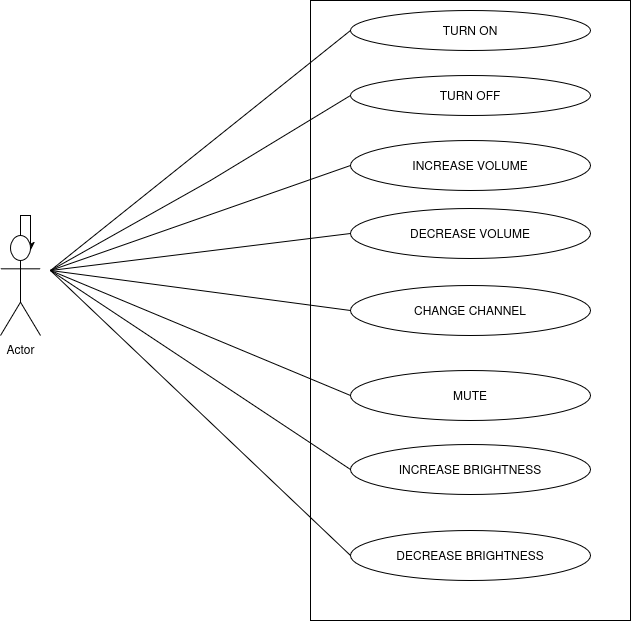
Earlier version of the draw.io export Television/Use case Diagram.drawio.png (davidseunoso-ops/Idea-Projects). Source tidied: cells renumbered, new cells last; positions are measured from the earlier drawing's top-left corner, leaving out a move shared by most shapes. The source it was exported from:
```xml
<mxGraphModel>
  <root>
    <mxCell id="0" />
    <mxCell id="1" parent="0" />
    <mxCell id="2" style="rounded=0;whiteSpace=wrap;html=1;" parent="1" vertex="1">
      <mxGeometry x="310" width="320" height="620" as="geometry" />
    </mxCell>
    <mxCell id="3" style="edgeStyle=orthogonalEdgeStyle;rounded=0;jettySize=auto;html=1;defaultLabelBackgroundColor=page;labelPadding=0 4;" parent="1" edge="1" source="4">
      <mxGeometry relative="1" as="geometry">
        <mxPoint x="30" y="250" as="targetPoint" />
      </mxGeometry>
    </mxCell>
    <mxCell id="4" value="Actor" style="shape=umlActor;verticalLabelPosition=bottom;verticalAlign=top;html=1;outlineConnect=0;labelPerimeter=1;" parent="1" vertex="1">
      <mxGeometry y="235" width="40" height="100" as="geometry" />
    </mxCell>
    <mxCell id="5" value="TURN ON" style="ellipse;whiteSpace=wrap;html=1;shapeInside=1;" parent="1" vertex="1">
      <mxGeometry x="350" y="10" width="240" height="40" as="geometry" />
    </mxCell>
    <mxCell id="6" value="TURN OFF" style="ellipse;whiteSpace=wrap;html=1;shapeInside=1;" parent="1" vertex="1">
      <mxGeometry x="350" y="75" width="240" height="40" as="geometry" />
    </mxCell>
    <mxCell id="7" value="INCREASE VOLUME" style="ellipse;whiteSpace=wrap;html=1;shapeInside=1;" parent="1" vertex="1">
      <mxGeometry x="350" y="140" width="240" height="50" as="geometry" />
    </mxCell>
    <mxCell id="8" value="DECREASE VOLUME" style="ellipse;whiteSpace=wrap;html=1;shapeInside=1;" parent="1" vertex="1">
      <mxGeometry x="350" y="208" width="240" height="50" as="geometry" />
    </mxCell>
    <mxCell id="9" value="CHANGE CHANNEL" style="ellipse;whiteSpace=wrap;html=1;shapeInside=1;" parent="1" vertex="1">
      <mxGeometry x="350" y="285" width="240" height="50" as="geometry" />
    </mxCell>
    <mxCell id="10" value="MUTE" style="ellipse;whiteSpace=wrap;html=1;shapeInside=1;" parent="1" vertex="1">
      <mxGeometry x="350" y="370" width="240" height="50" as="geometry" />
    </mxCell>
    <mxCell id="11" value="INCREASE BRIGHTNESS" style="ellipse;whiteSpace=wrap;html=1;shapeInside=1;" parent="1" vertex="1">
      <mxGeometry x="350" y="444" width="240" height="50" as="geometry" />
    </mxCell>
    <mxCell id="12" value="DECREASE BRIGHTNESS" style="ellipse;whiteSpace=wrap;html=1;shapeInside=1;" parent="1" vertex="1">
      <mxGeometry x="350" y="530" width="240" height="50" as="geometry" />
    </mxCell>
    <mxCell id="13" style="edgeStyle=orthogonalEdgeStyle;rounded=0;orthogonalLoop=1;jettySize=auto;html=1;innerLoopWaypoints=1;exitX=0.5;exitY=1;exitDx=0;exitDy=0;defaultLabelBackgroundColor=page;labelPadding=0 4;" parent="1" edge="1" source="10" target="10">
      <mxGeometry relative="1" as="geometry" />
    </mxCell>
    <mxCell id="14" style="endArrow=none;html=1;rounded=0;defaultLabelBackgroundColor=page;labelPadding=0 4;entryX=0;entryY=0.5;entryDx=0;entryDy=0;" parent="1" edge="1" target="5">
      <mxGeometry relative="1" as="geometry">
        <mxPoint x="50" y="270" as="sourcePoint" />
      </mxGeometry>
    </mxCell>
    <mxCell id="15" style="endArrow=none;html=1;rounded=0;defaultLabelBackgroundColor=page;labelPadding=0 4;entryX=0;entryY=0.5;entryDx=0;entryDy=0;" parent="1" edge="1" target="6">
      <mxGeometry x="-0.22" relative="1" as="geometry">
        <mxPoint x="50" y="270" as="sourcePoint" />
        <Array as="points">
          <mxPoint x="210" y="180" />
        </Array>
      </mxGeometry>
    </mxCell>
    <mxCell id="16" style="endArrow=none;html=1;rounded=0;defaultLabelBackgroundColor=page;labelPadding=0 4;entryX=0;entryY=0.5;entryDx=0;entryDy=0;" parent="1" edge="1" target="12">
      <mxGeometry relative="1" as="geometry">
        <mxPoint x="50" y="270" as="sourcePoint" />
      </mxGeometry>
    </mxCell>
    <mxCell id="17" style="endArrow=none;html=1;rounded=0;defaultLabelBackgroundColor=page;labelPadding=0 4;entryX=0;entryY=0.5;entryDx=0;entryDy=0;" parent="1" edge="1" target="11">
      <mxGeometry relative="1" as="geometry">
        <mxPoint x="50" y="270" as="sourcePoint" />
      </mxGeometry>
    </mxCell>
    <mxCell id="18" style="endArrow=none;html=1;rounded=0;defaultLabelBackgroundColor=page;labelPadding=0 4;entryX=0;entryY=0.5;entryDx=0;entryDy=0;" parent="1" edge="1" target="10">
      <mxGeometry relative="1" as="geometry">
        <mxPoint x="50" y="270" as="sourcePoint" />
      </mxGeometry>
    </mxCell>
    <mxCell id="19" style="endArrow=none;html=1;rounded=0;defaultLabelBackgroundColor=page;labelPadding=0 4;entryX=0;entryY=0.5;entryDx=0;entryDy=0;" parent="1" edge="1" target="9">
      <mxGeometry relative="1" as="geometry">
        <mxPoint x="50" y="270" as="sourcePoint" />
      </mxGeometry>
    </mxCell>
    <mxCell id="20" style="endArrow=none;html=1;rounded=0;defaultLabelBackgroundColor=page;labelPadding=0 4;entryX=0;entryY=0.5;entryDx=0;entryDy=0;" parent="1" edge="1" target="8">
      <mxGeometry relative="1" as="geometry">
        <mxPoint x="50" y="270" as="sourcePoint" />
      </mxGeometry>
    </mxCell>
    <mxCell id="21" style="endArrow=none;html=1;rounded=0;defaultLabelBackgroundColor=page;labelPadding=0 4;entryX=0;entryY=0.5;entryDx=0;entryDy=0;" parent="1" edge="1" target="7">
      <mxGeometry relative="1" as="geometry">
        <mxPoint x="50" y="270" as="sourcePoint" />
      </mxGeometry>
    </mxCell>
  </root>
</mxGraphModel>
```
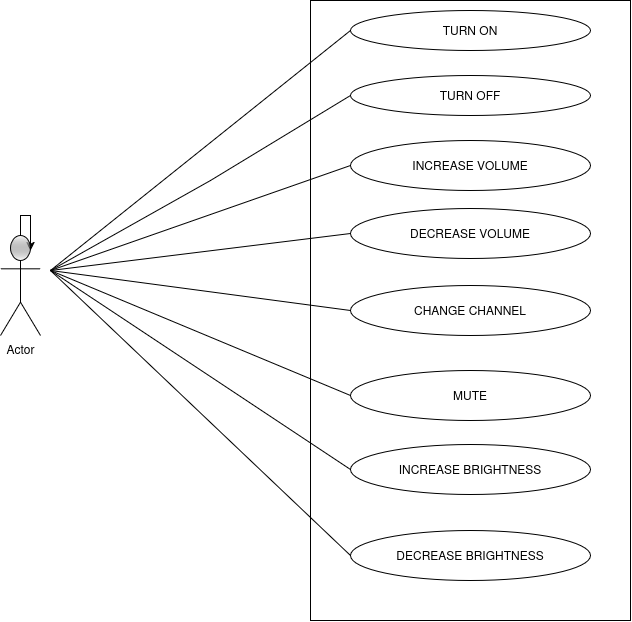
After the change.

What changed in the source:
```diff
@@ -2,7 +2,7 @@
   <root>
     <mxCell id="0" />
     <mxCell id="1" parent="0" />
-    <mxCell id="2" style="rounded=0;whiteSpace=wrap;html=1;" parent="1" vertex="1">
+    <mxCell id="2" style="rounded=0;whiteSpace=wrap;html=1;fillColor=light-dark(#FFFFFF,#009900);" parent="1" vertex="1">
       <mxGeometry x="310" width="320" height="620" as="geometry" />
     </mxCell>
     <mxCell id="3" style="edgeStyle=orthogonalEdgeStyle;rounded=0;jettySize=auto;html=1;defaultLabelBackgroundColor=page;labelPadding=0 4;" parent="1" edge="1" source="4">
@@ -10,7 +10,7 @@
         <mxPoint x="30" y="250" as="targetPoint" />
       </mxGeometry>
     </mxCell>
-    <mxCell id="4" value="Actor" style="shape=umlActor;verticalLabelPosition=bottom;verticalAlign=top;html=1;outlineConnect=0;labelPerimeter=1;" parent="1" vertex="1">
+    <mxCell id="4" value="Actor" style="shape=umlActor;verticalLabelPosition=bottom;verticalAlign=top;html=1;outlineConnect=0;labelPerimeter=1;fillColor=light-dark(#FFFFFF,#CC6600);gradientColor=light-dark(transparent,#33FF33);" parent="1" vertex="1">
       <mxGeometry y="235" width="40" height="100" as="geometry" />
     </mxCell>
     <mxCell id="5" value="TURN ON" style="ellipse;whiteSpace=wrap;html=1;shapeInside=1;" parent="1" vertex="1">
@@ -73,12 +73,12 @@
         <mxPoint x="50" y="270" as="sourcePoint" />
       </mxGeometry>
     </mxCell>
-    <mxCell id="20" style="endArrow=none;html=1;rounded=0;defaultLabelBackgroundColor=page;labelPadding=0 4;entryX=0;entryY=0.5;entryDx=0;entryDy=0;" parent="1" edge="1" target="8">
+    <mxCell id="20" style="endArrow=none;html=1;rounded=0;defaultLabelBackgroundColor=page;labelPadding=0 4;entryX=0;entryY=0.5;entryDx=0;entryDy=0;shadow=0;" parent="1" edge="1" target="8">
       <mxGeometry relative="1" as="geometry">
         <mxPoint x="50" y="270" as="sourcePoint" />
       </mxGeometry>
     </mxCell>
-    <mxCell id="21" style="endArrow=none;html=1;rounded=0;defaultLabelBackgroundColor=page;labelPadding=0 4;entryX=0;entryY=0.5;entryDx=0;entryDy=0;" parent="1" edge="1" target="7">
+    <mxCell id="21" style="endArrow=none;html=1;rounded=0;defaultLabelBackgroundColor=page;labelPadding=0 4;entryX=0;entryY=0.5;entryDx=0;entryDy=0;shadow=0;" parent="1" edge="1" target="7">
       <mxGeometry relative="1" as="geometry">
         <mxPoint x="50" y="270" as="sourcePoint" />
       </mxGeometry>
```
